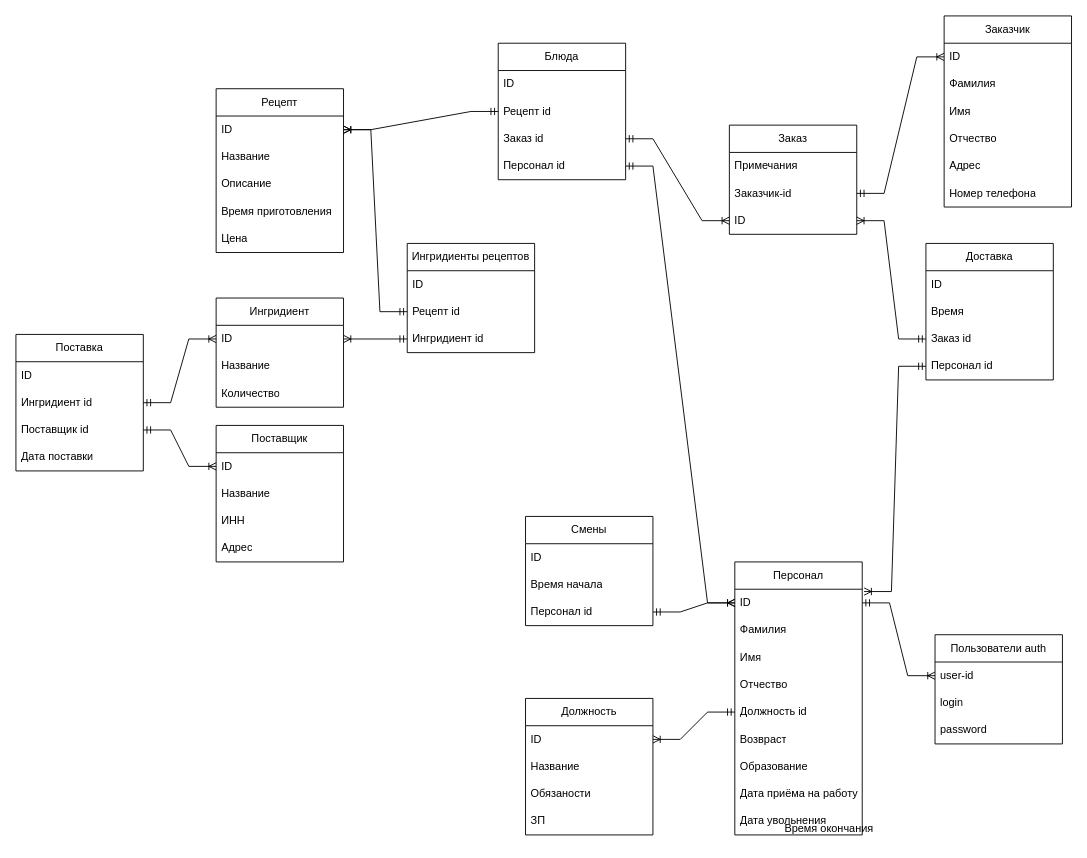
This is Диаграмма без названия.drawio from ColdenI/DemoRestaurant, a draw.io file, before an edit. Source tidied: cells renumbered, new cells numbered last; positions are measured from the earlier drawing's top-left corner, leaving out a move shared by most shapes. Both pictures are drawn from the tidied source at 91%, with x=0, y=0 at pixel (15, 15).
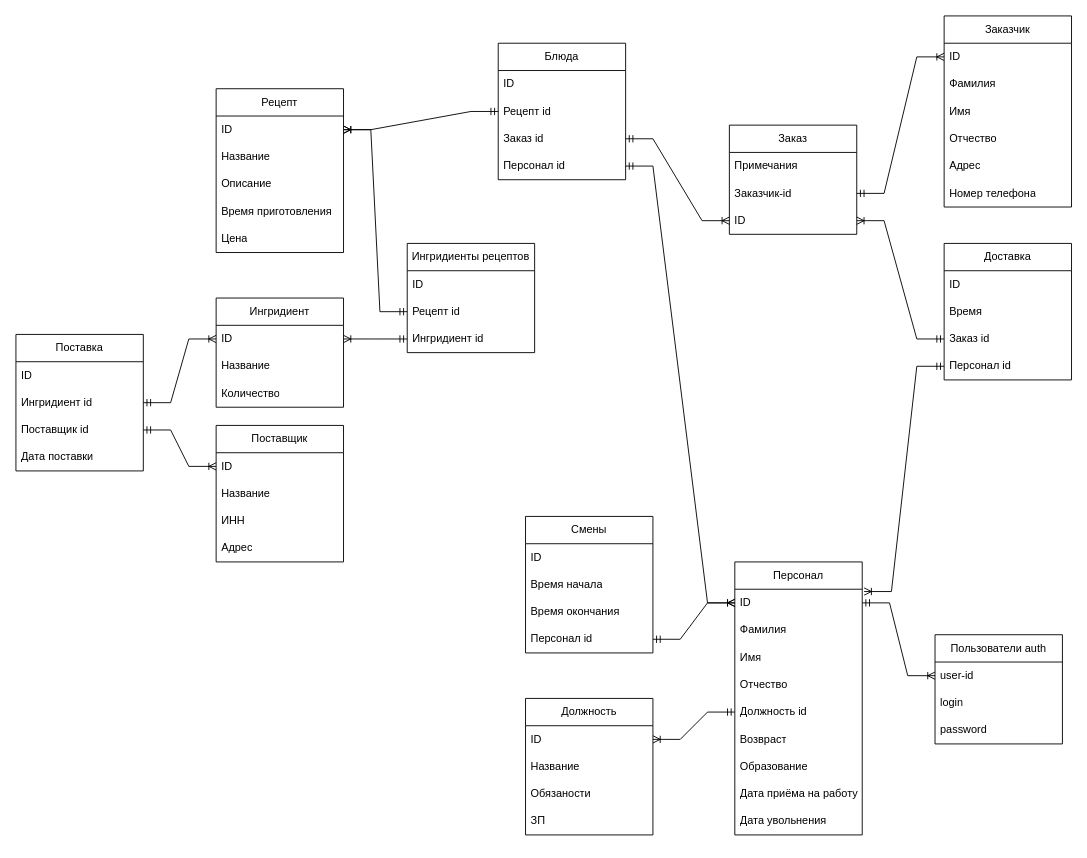
After the change.

Unchanged cells that the change refers to:
```xml
<mxCell id="47" style="group;" parent="1" vertex="1">
  <mxGeometry x="560" y="550" width="570" height="350" as="geometry" />
</mxCell>
```

Diff of the diagram source:
```diff
@@
     <mxCell id="21" value="Доставка" style="swimlane;fontStyle=0;horizontal=1;startSize=30;whiteSpace=wrap;html=1;" parent="1" vertex="1">
-      <mxGeometry x="1000" y="250" width="140" height="150" as="geometry" />
+      <mxGeometry x="1020" y="250" width="140" height="150" as="geometry" />
     </mxCell>
@@
     <mxCell id="63" value="Смены" style="swimlane;fontStyle=0;horizontal=1;startSize=30;whiteSpace=wrap;html=1;" parent="47" vertex="1">
-      <mxGeometry width="140" height="120" as="geometry" />
+      <mxGeometry width="140" height="150" as="geometry" />
     </mxCell>
@@
+    <mxCell id="84" value="Время окончания" style="text;strokeColor=none;fillColor=none;align=left;verticalAlign=middle;spacingLeft=4;spacingRight=4;overflow=hidden;whiteSpace=wrap;html=1;" parent="63" vertex="1">
+      <mxGeometry y="90" width="140" height="30" as="geometry" />
+    </mxCell>
     <mxCell id="66" value="Персонал id" style="text;strokeColor=none;fillColor=none;align=left;verticalAlign=middle;spacingLeft=4;spacingRight=4;overflow=hidden;points=[[0,0.5],[1,0.5]];portConstraint=eastwest;whiteSpace=wrap;html=1;" parent="63" vertex="1">
-      <mxGeometry y="90" width="140" height="30" as="geometry" />
+      <mxGeometry y="120" width="140" height="30" as="geometry" />
     </mxCell>
@@
-    <mxCell id="84" value="Время окончания" style="text;strokeColor=none;fillColor=none;align=left;verticalAlign=middle;spacingLeft=4;spacingRight=4;overflow=hidden;whiteSpace=wrap;html=1;" parent="1" vertex="1">
-      <mxGeometry x="839.4" y="878.4" width="140" height="30" as="geometry" />
-    </mxCell>
```
